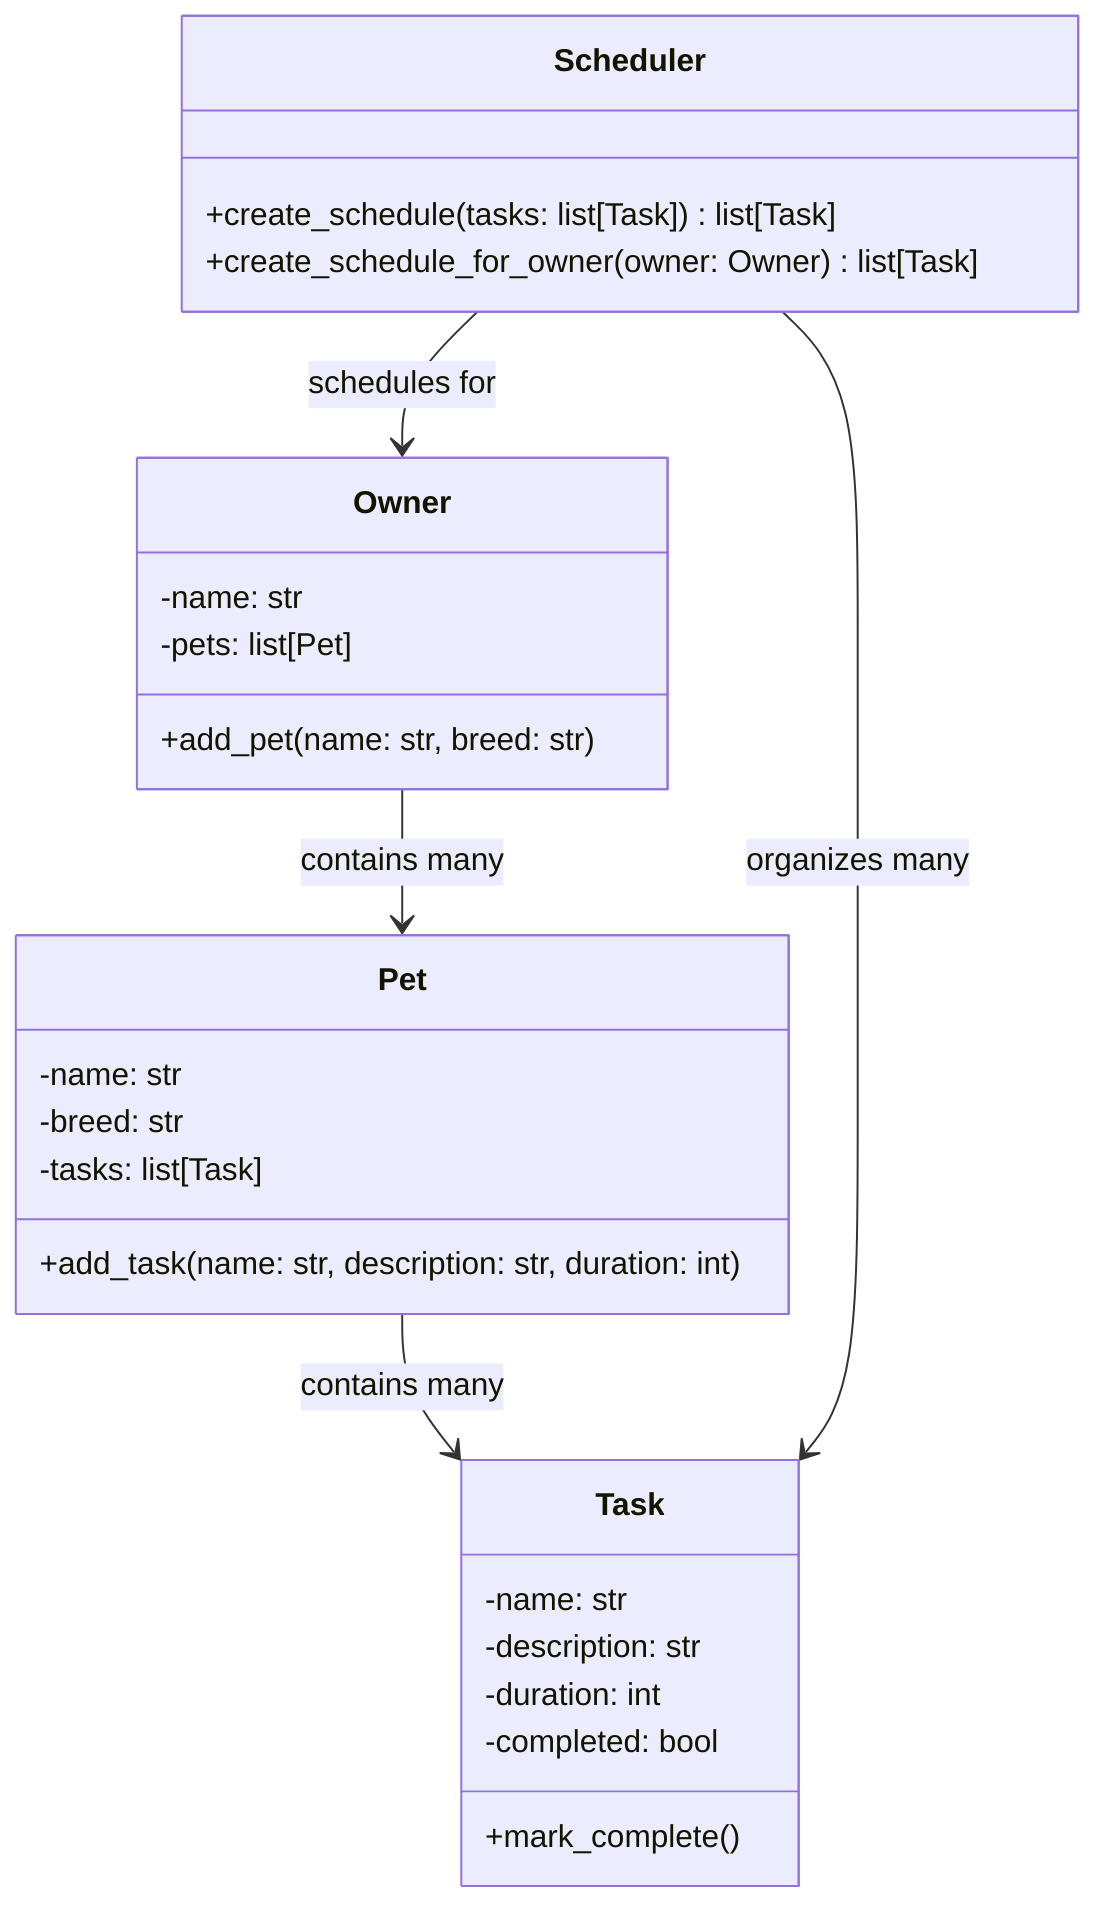
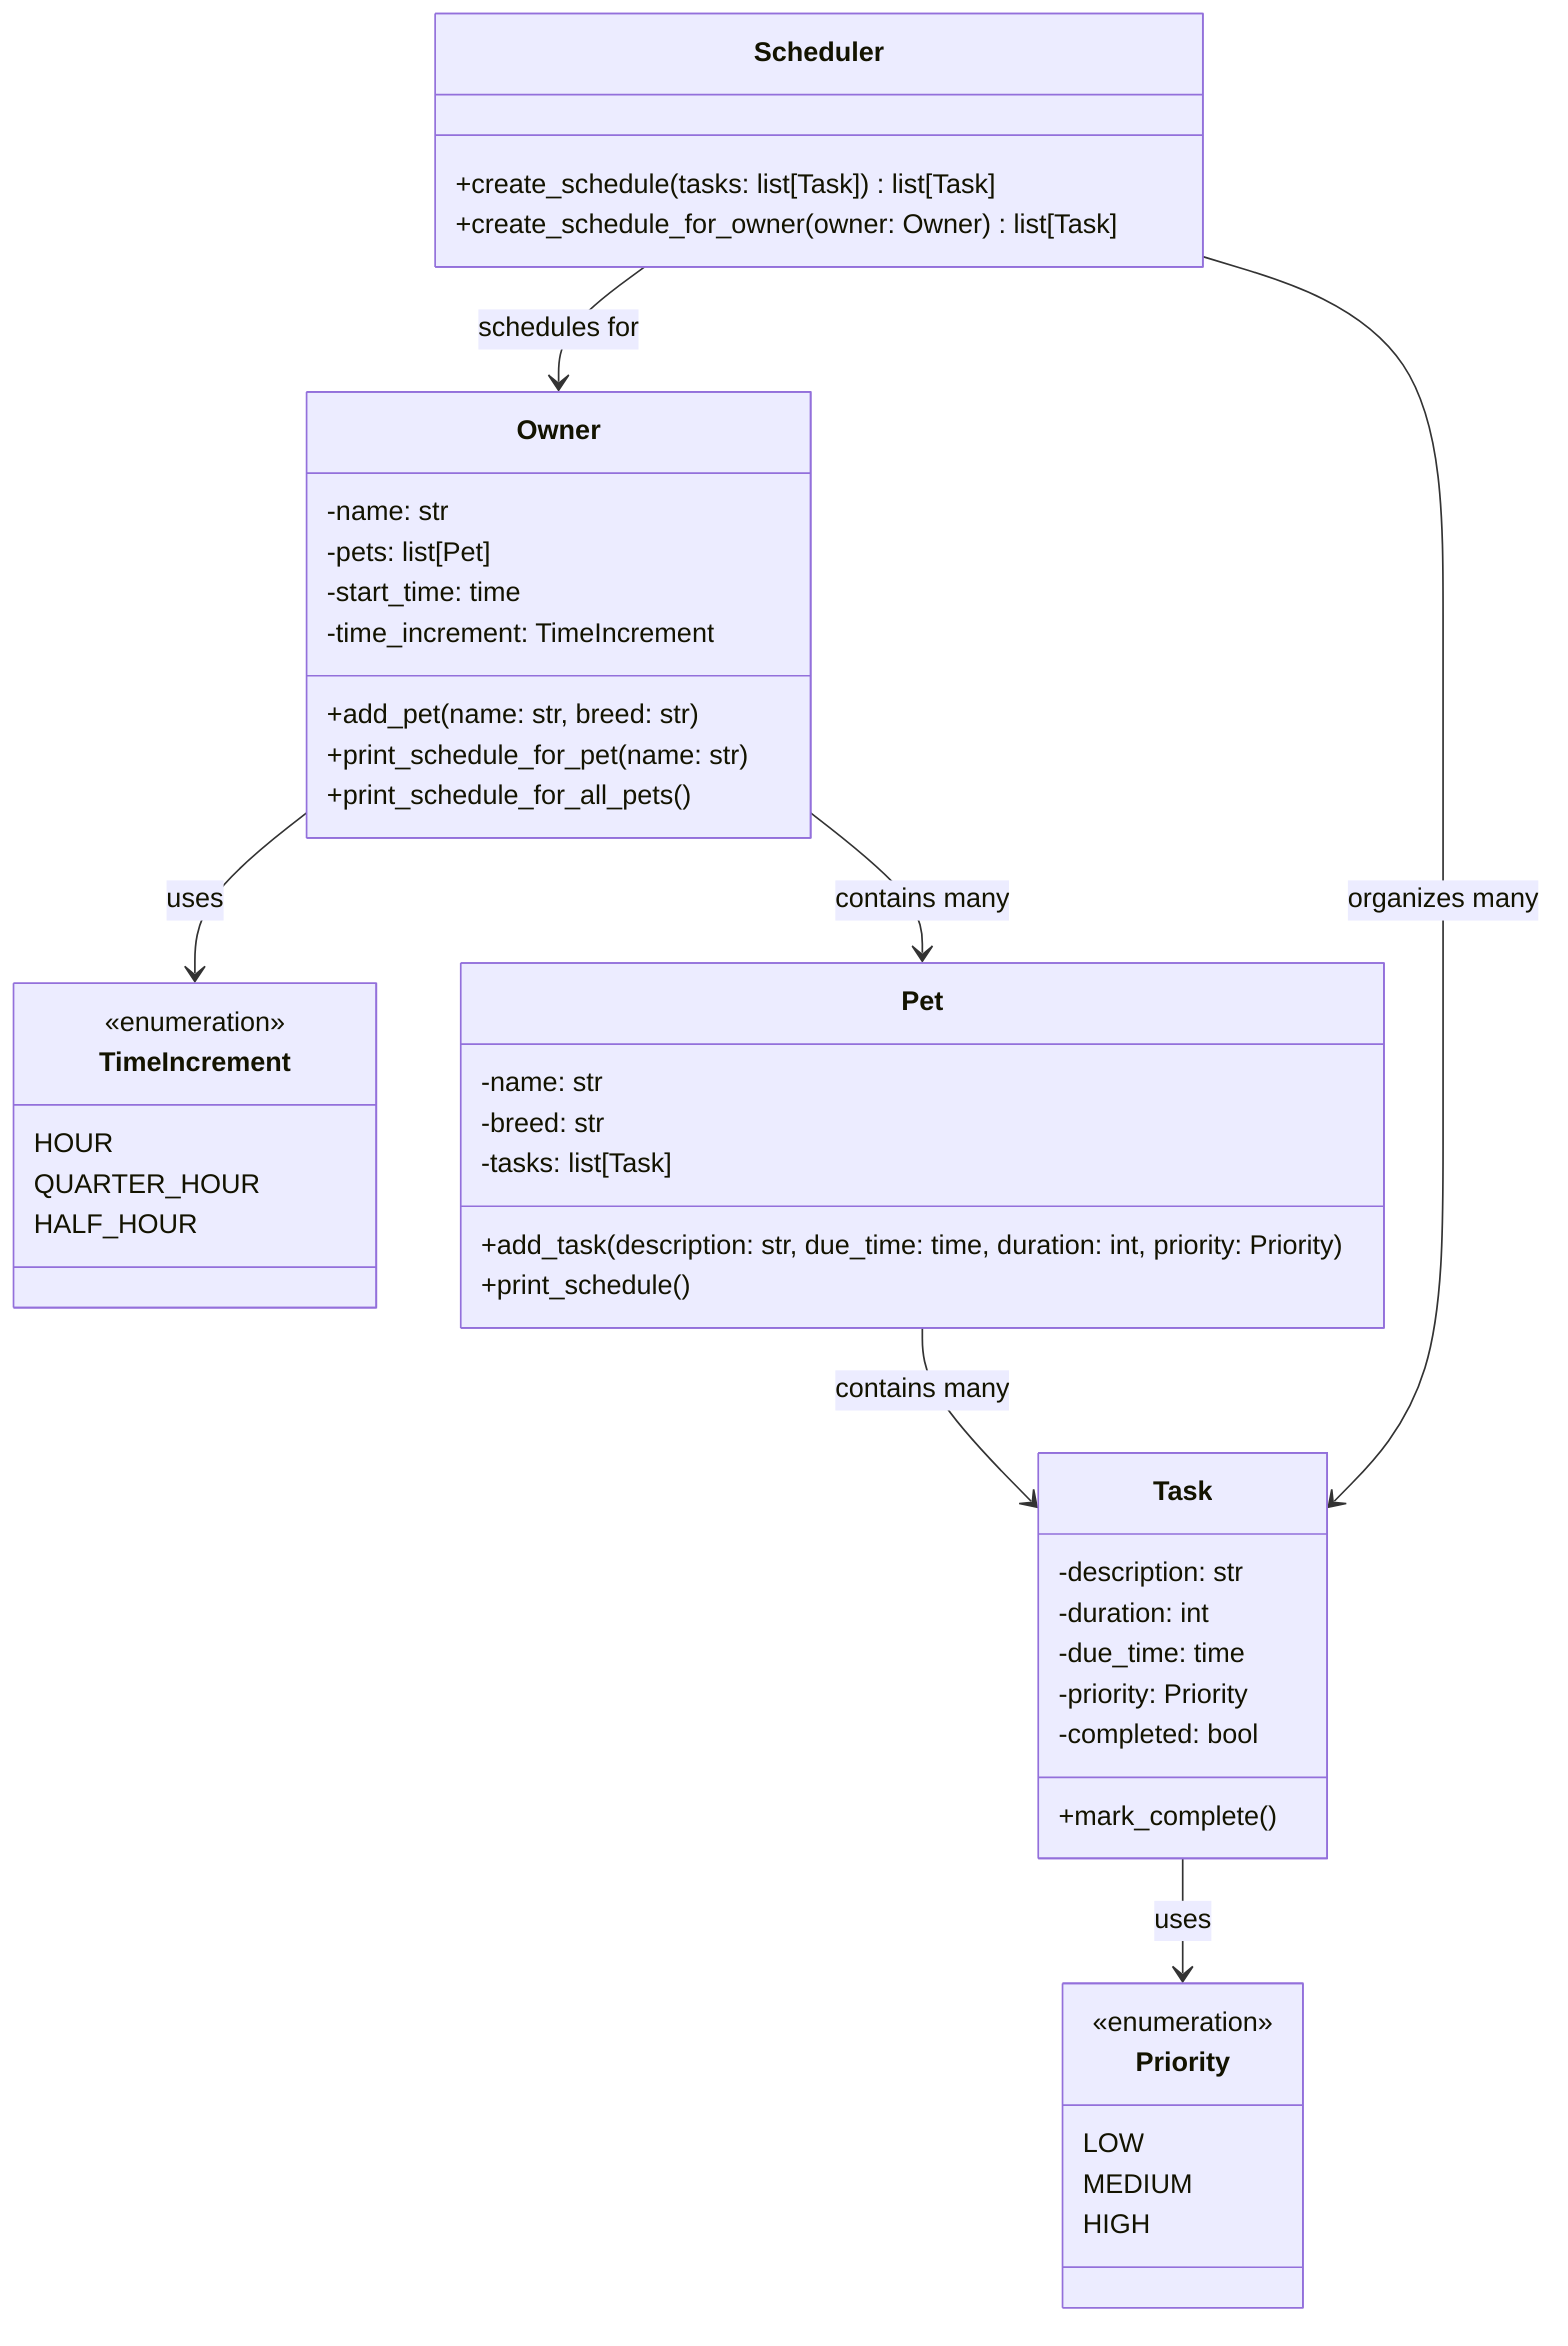
classDiagram
+     class Priority {
+         <<enumeration>>
+         LOW
+         MEDIUM
+         HIGH
+     }
+ 
+     class TimeIncrement {
+         <<enumeration>>
+         HOUR
+         QUARTER_HOUR
+         HALF_HOUR
+     }
+ 
    class Task {
-         -name: str
        -description: str
        -duration: int
+         -due_time: time
+         -priority: Priority
        -completed: bool
        +mark_complete()
    }

    class Pet {
        -name: str
        -breed: str
        -tasks: list[Task]
-         +add_task(name: str, description: str, duration: int)
+         +add_task(description: str, due_time: time, duration: int, priority: Priority)
+         +print_schedule()
    }

    class Owner {
        -name: str
        -pets: list[Pet]
+         -start_time: time
+         -time_increment: TimeIncrement
        +add_pet(name: str, breed: str)
+         +print_schedule_for_pet(name: str)
+         +print_schedule_for_all_pets()
    }

    class Scheduler {
        +create_schedule(tasks: list[Task]) list[Task]
        +create_schedule_for_owner(owner: Owner) list[Task]
    }

    Pet --> Task: contains many
    Owner --> Pet: contains many
+     Task --> Priority: uses
+     Owner --> TimeIncrement: uses
    Scheduler --> Owner: schedules for
    Scheduler --> Task: organizes many
